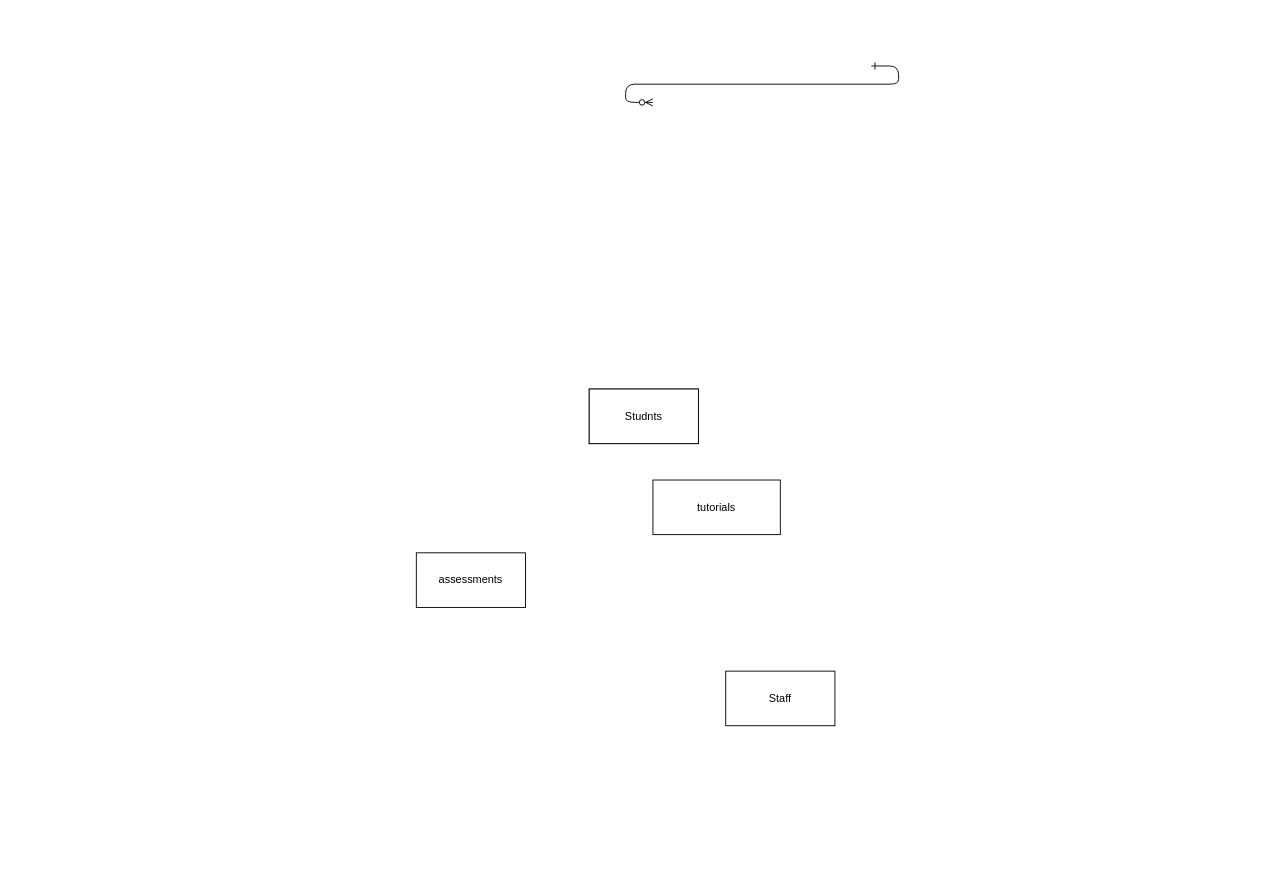
Earlier version of the draw.io diagram CS1F_LAB_1.drawio (LorneBarnaby/jupyter-notes). Source tidied: cells renumbered, new cells numbered last; positions are measured from the earlier drawing's top-left corner, leaving out a move shared by most shapes. Both pictures are drawn from the tidied source at 91%, with x=0, y=0 at pixel (416, 66).
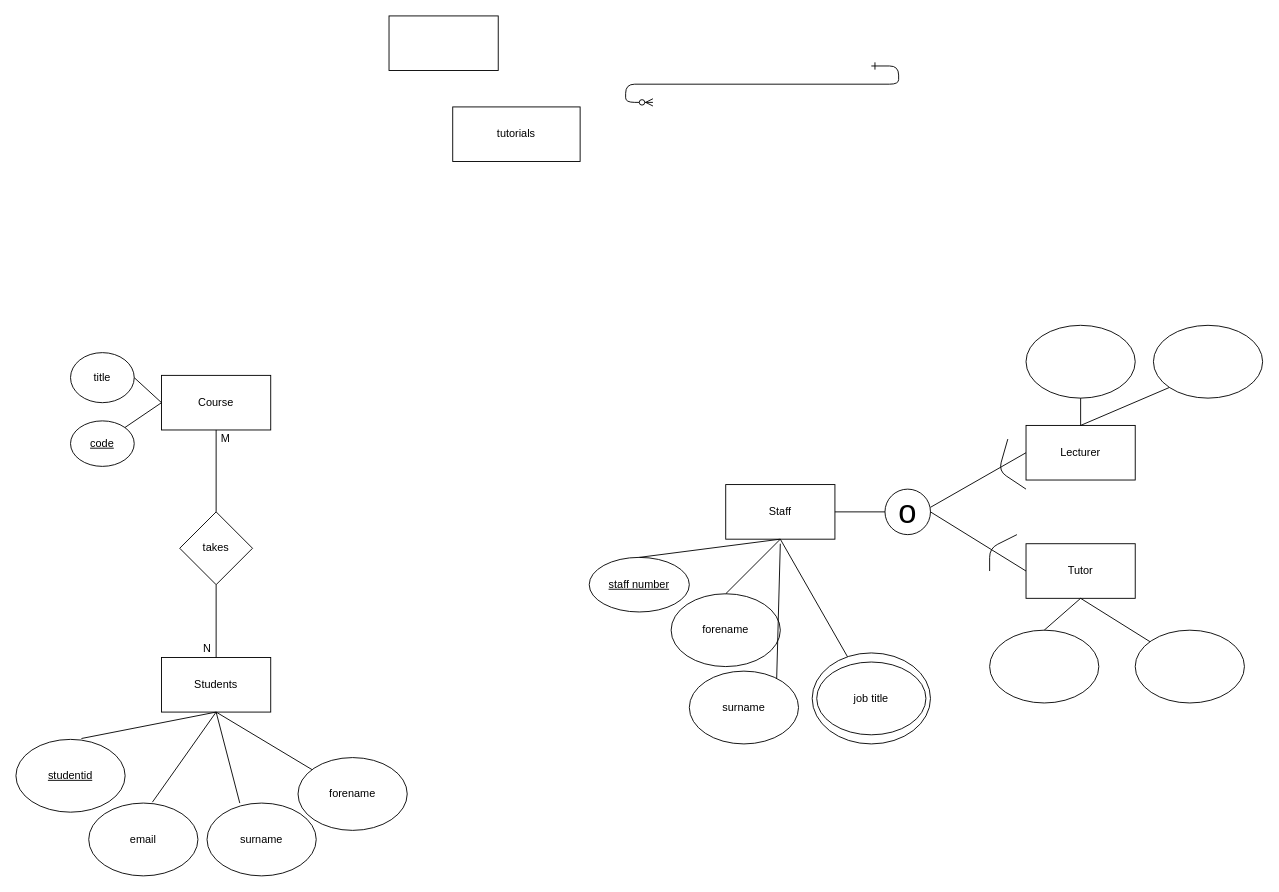
After the change.

The edit, as a diff of the source:
```diff
@@
     <mxCell id="3" style="rounded=0;whiteSpace=wrap;html=1;" parent="1" vertex="1">
-      <mxGeometry x="190" y="355" width="120" height="60" as="geometry" />
+      <mxGeometry x="-30" y="-55" width="120" height="60" as="geometry" />
     </mxCell>
-    <mxCell id="4" value="Studnts" style="rounded=0;whiteSpace=wrap;html=1;" parent="1" vertex="1">
-      <mxGeometry x="190" y="355" width="120" height="60" as="geometry" />
+    <mxCell id="4" value="Students" style="rounded=0;whiteSpace=wrap;html=1;" parent="1" vertex="1">
+      <mxGeometry x="-280" y="650" width="120" height="60" as="geometry" />
     </mxCell>
     <mxCell id="5" value="tutorials" style="rounded=0;whiteSpace=wrap;html=1;" parent="1" vertex="1">
-      <mxGeometry x="260" y="455" width="140" height="60" as="geometry" />
+      <mxGeometry x="40" y="45" width="140" height="60" as="geometry" />
     </mxCell>
-    <mxCell id="6" value="assessments" style="rounded=0;whiteSpace=wrap;html=1;" parent="1" vertex="1">
-      <mxGeometry y="535" width="120" height="60" as="geometry" />
-    </mxCell>
     <mxCell id="7" value="Staff" style="rounded=0;whiteSpace=wrap;html=1;" parent="1" vertex="1">
-      <mxGeometry x="340" y="665" width="120" height="60" as="geometry" />
+      <mxGeometry x="340" y="460" width="120" height="60" as="geometry" />
     </mxCell>
+    <mxCell id="8" value="Course" style="rounded=0;whiteSpace=wrap;html=1;" parent="1" vertex="1">
+      <mxGeometry x="-280" y="340" width="120" height="60" as="geometry" />
+    </mxCell>
+    <mxCell id="9" value="&lt;u&gt;code&lt;/u&gt;" style="ellipse;whiteSpace=wrap;html=1;" parent="1" vertex="1">
+      <mxGeometry x="-380" y="390" width="70" height="50" as="geometry" />
+    </mxCell>
+    <mxCell id="10" style="endArrow=none;html=1;entryX=0;entryY=0.5;entryDx=0;entryDy=0;exitX=1;exitY=0;exitDx=0;exitDy=0;" parent="1" edge="1" source="9" target="8">
+      <mxGeometry relative="1" as="geometry" />
+    </mxCell>
+    <mxCell id="11" value="title" style="ellipse;whiteSpace=wrap;html=1;" parent="1" vertex="1">
+      <mxGeometry x="-380" y="315" width="70" height="55" as="geometry" />
+    </mxCell>
+    <mxCell id="12" style="endArrow=none;html=1;entryX=0;entryY=0.5;entryDx=0;entryDy=0;exitX=1;exitY=0.5;exitDx=0;exitDy=0;" parent="1" edge="1" source="11" target="8">
+      <mxGeometry relative="1" as="geometry" />
+    </mxCell>
+    <mxCell id="13" value="&lt;u&gt;studentid&lt;/u&gt;" style="ellipse;whiteSpace=wrap;html=1;" parent="1" vertex="1">
+      <mxGeometry x="-440" y="740" width="120" height="80" as="geometry" />
+    </mxCell>
+    <mxCell id="14" style="endArrow=none;html=1;entryX=0.5;entryY=1;entryDx=0;entryDy=0;exitX=0.6;exitY=-0.012;exitDx=0;exitDy=0;exitPerimeter=0;" parent="1" edge="1" source="13" target="4">
+      <mxGeometry relative="1" as="geometry" />
+    </mxCell>
+    <mxCell id="15" value="forename" style="ellipse;whiteSpace=wrap;html=1;" parent="1" vertex="1">
+      <mxGeometry x="-130" y="760" width="120" height="80" as="geometry" />
+    </mxCell>
+    <mxCell id="16" value="surname" style="ellipse;whiteSpace=wrap;html=1;" parent="1" vertex="1">
+      <mxGeometry x="-230" y="810" width="120" height="80" as="geometry" />
+    </mxCell>
+    <mxCell id="17" value="email" style="ellipse;whiteSpace=wrap;html=1;" parent="1" vertex="1">
+      <mxGeometry x="-360" y="810" width="120" height="80" as="geometry" />
+    </mxCell>
+    <mxCell id="18" style="endArrow=none;html=1;exitX=0.583;exitY=-0.012;exitDx=0;exitDy=0;exitPerimeter=0;entryX=0.5;entryY=1;entryDx=0;entryDy=0;" parent="1" edge="1" source="17" target="4">
+      <mxGeometry relative="1" as="geometry" />
+    </mxCell>
+    <mxCell id="19" style="endArrow=none;html=1;entryX=0.5;entryY=1;entryDx=0;entryDy=0;" parent="1" edge="1" source="15" target="4">
+      <mxGeometry relative="1" as="geometry" />
+    </mxCell>
+    <mxCell id="20" style="endArrow=none;html=1;entryX=0.5;entryY=1;entryDx=0;entryDy=0;exitX=0.3;exitY=0;exitDx=0;exitDy=0;exitPerimeter=0;" parent="1" edge="1" source="16" target="4">
+      <mxGeometry relative="1" as="geometry" />
+    </mxCell>
+    <mxCell id="21" value="takes" style="rhombus;whiteSpace=wrap;html=1;" parent="1" vertex="1">
+      <mxGeometry x="-260" y="490" width="80" height="80" as="geometry" />
+    </mxCell>
+    <mxCell id="22" style="endArrow=none;html=1;entryX=0.5;entryY=1;entryDx=0;entryDy=0;exitX=0.5;exitY=0;exitDx=0;exitDy=0;" parent="1" edge="1" source="4" target="21">
+      <mxGeometry relative="1" as="geometry" />
+    </mxCell>
+    <mxCell id="23" style="endArrow=none;html=1;entryX=0.5;entryY=1;entryDx=0;entryDy=0;exitX=0.5;exitY=0;exitDx=0;exitDy=0;" parent="1" edge="1" source="21" target="8">
+      <mxGeometry relative="1" as="geometry" />
+    </mxCell>
+    <mxCell id="24" value="M" style="text;html=1;align=center;verticalAlign=middle;" parent="1" vertex="1">
+      <mxGeometry x="-220" y="400" width="20" height="20" as="geometry" />
+    </mxCell>
+    <mxCell id="25" value="N" style="text;html=1;align=center;verticalAlign=middle;" parent="1" vertex="1">
+      <mxGeometry x="-240" y="630" width="20" height="20" as="geometry" />
+    </mxCell>
+    <mxCell id="26" value="&lt;u&gt;staff number&lt;/u&gt;" style="ellipse;whiteSpace=wrap;html=1;" parent="1" vertex="1">
+      <mxGeometry x="190" y="540" width="110" height="60" as="geometry" />
+    </mxCell>
+    <mxCell id="27" value="forename" style="ellipse;whiteSpace=wrap;html=1;" parent="1" vertex="1">
+      <mxGeometry x="280" y="580" width="120" height="80" as="geometry" />
+    </mxCell>
+    <mxCell id="28" value="surname" style="ellipse;whiteSpace=wrap;html=1;" parent="1" vertex="1">
+      <mxGeometry x="300" y="665" width="120" height="80" as="geometry" />
+    </mxCell>
+    <mxCell id="29" style="group;" parent="1" vertex="1">
+      <mxGeometry x="435" y="645" width="130" height="100" as="geometry" />
+    </mxCell>
+    <mxCell id="30" style="ellipse;whiteSpace=wrap;html=1;" parent="29" vertex="1">
+      <mxGeometry width="130" height="100" as="geometry" />
+    </mxCell>
+    <mxCell id="31" value="job title" style="ellipse;whiteSpace=wrap;html=1;" parent="29" vertex="1">
+      <mxGeometry x="5" y="10" width="120" height="80" as="geometry" />
+    </mxCell>
+    <mxCell id="32" style="endArrow=none;html=1;entryX=0.5;entryY=1;entryDx=0;entryDy=0;exitX=0.5;exitY=0;exitDx=0;exitDy=0;" parent="1" edge="1" source="26" target="7">
+      <mxGeometry relative="1" as="geometry" />
+    </mxCell>
+    <mxCell id="33" style="endArrow=none;html=1;exitX=0.5;exitY=0;exitDx=0;exitDy=0;" parent="1" edge="1" source="27">
+      <mxGeometry relative="1" as="geometry">
+        <mxPoint x="400" y="520" as="targetPoint" />
+      </mxGeometry>
+    </mxCell>
+    <mxCell id="34" style="endArrow=none;html=1;exitX=0.5;exitY=1;exitDx=0;exitDy=0;" parent="1" edge="1" source="7" target="30">
+      <mxGeometry relative="1" as="geometry" />
+    </mxCell>
+    <mxCell id="35" style="endArrow=none;html=1;exitX=0.8;exitY=0.1;exitDx=0;exitDy=0;exitPerimeter=0;" parent="1" edge="1" source="28">
+      <mxGeometry relative="1" as="geometry">
+        <mxPoint x="400" y="525" as="targetPoint" />
+      </mxGeometry>
+    </mxCell>
+    <mxCell id="36" value="&lt;font style=&quot;font-size: 36px&quot;&gt;o&lt;/font&gt;" style="ellipse;whiteSpace=wrap;html=1;" parent="1" vertex="1">
+      <mxGeometry x="515" y="465" width="50" height="50" as="geometry" />
+    </mxCell>
+    <mxCell id="37" style="endArrow=none;html=1;entryX=0;entryY=0.5;entryDx=0;entryDy=0;exitX=1;exitY=0.5;exitDx=0;exitDy=0;" parent="1" edge="1" source="7" target="36">
+      <mxGeometry relative="1" as="geometry" />
+    </mxCell>
+    <mxCell id="38" style="endArrow=none;html=1;exitX=1;exitY=0.5;exitDx=0;exitDy=0;" parent="1" edge="1" source="36">
+      <mxGeometry relative="1" as="geometry">
+        <mxPoint x="670" y="555" as="targetPoint" />
+      </mxGeometry>
+    </mxCell>
+    <mxCell id="39" style="endArrow=none;html=1;" parent="1" edge="1">
+      <mxGeometry relative="1" as="geometry">
+        <mxPoint x="565" y="485" as="sourcePoint" />
+        <mxPoint x="670" y="425" as="targetPoint" />
+      </mxGeometry>
+    </mxCell>
+    <mxCell id="40" style="endArrow=none;html=1;fontStyle=1;" parent="1" edge="1">
+      <mxGeometry relative="1" as="geometry">
+        <mxPoint x="630" y="555" as="sourcePoint" />
+        <mxPoint x="660" y="515" as="targetPoint" />
+        <Array as="points">
+          <mxPoint x="630" y="530" />
+        </Array>
+      </mxGeometry>
+    </mxCell>
+    <mxCell id="41" style="endArrow=none;html=1;fontStyle=1;" parent="1" edge="1">
+      <mxGeometry relative="1" as="geometry">
+        <mxPoint x="670" y="465" as="sourcePoint" />
+        <mxPoint x="650" y="410" as="targetPoint" />
+        <Array as="points">
+          <mxPoint x="640" y="445" />
+        </Array>
+      </mxGeometry>
+    </mxCell>
+    <mxCell id="42" value="Lecturer" style="rounded=0;whiteSpace=wrap;html=1;" parent="1" vertex="1">
+      <mxGeometry x="670" y="395" width="120" height="60" as="geometry" />
+    </mxCell>
+    <mxCell id="43" value="Tutor" style="rounded=0;whiteSpace=wrap;html=1;" parent="1" vertex="1">
+      <mxGeometry x="670" y="525" width="120" height="60" as="geometry" />
+    </mxCell>
+    <mxCell id="44" style="ellipse;whiteSpace=wrap;html=1;" parent="1" vertex="1">
+      <mxGeometry x="670" y="285" width="120" height="80" as="geometry" />
+    </mxCell>
+    <mxCell id="45" style="ellipse;whiteSpace=wrap;html=1;" parent="1" vertex="1">
+      <mxGeometry x="790" y="620" width="120" height="80" as="geometry" />
+    </mxCell>
+    <mxCell id="46" style="ellipse;whiteSpace=wrap;html=1;" parent="1" vertex="1">
+      <mxGeometry x="630" y="620" width="120" height="80" as="geometry" />
+    </mxCell>
+    <mxCell id="47" style="ellipse;whiteSpace=wrap;html=1;" parent="1" vertex="1">
+      <mxGeometry x="810" y="285" width="120" height="80" as="geometry" />
+    </mxCell>
+    <mxCell id="48" style="endArrow=none;html=1;entryX=0.5;entryY=1;entryDx=0;entryDy=0;exitX=0.5;exitY=0;exitDx=0;exitDy=0;" parent="1" edge="1" source="42" target="44">
+      <mxGeometry relative="1" as="geometry" />
+    </mxCell>
+    <mxCell id="49" style="endArrow=none;html=1;entryX=0;entryY=1;entryDx=0;entryDy=0;" parent="1" edge="1" target="47">
+      <mxGeometry relative="1" as="geometry">
+        <mxPoint x="730" y="395" as="sourcePoint" />
+      </mxGeometry>
+    </mxCell>
+    <mxCell id="50" style="endArrow=none;html=1;exitX=0.5;exitY=0;exitDx=0;exitDy=0;" parent="1" edge="1" source="46">
+      <mxGeometry relative="1" as="geometry">
+        <mxPoint x="730" y="585" as="targetPoint" />
+      </mxGeometry>
+    </mxCell>
+    <mxCell id="51" style="endArrow=none;html=1;exitX=0.5;exitY=1;exitDx=0;exitDy=0;" parent="1" edge="1" source="43" target="45">
+      <mxGeometry relative="1" as="geometry" />
+    </mxCell>
```
